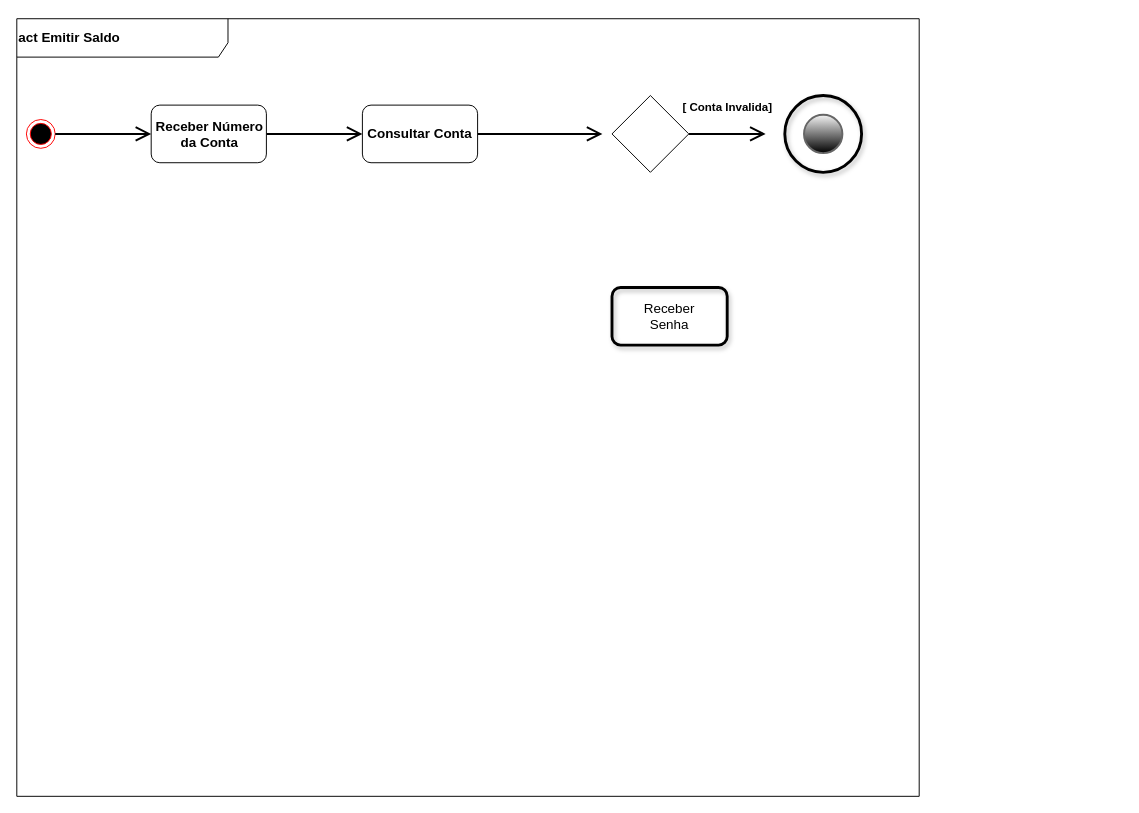
The draw.io diagram page "Página-2" (2 of 4) of Untitled Diagram.drawio in FcoCarlosBarbosaMartins/ModelagemDeSistemas_Daniel, before the edit. Source tidied: cells renumbered, new cells numbered last; positions are measured from the earlier drawing's top-left corner, leaving out a move shared by most shapes. Both pictures are drawn from the tidied source at 96%, with x=0, y=0 at pixel (16, 18).
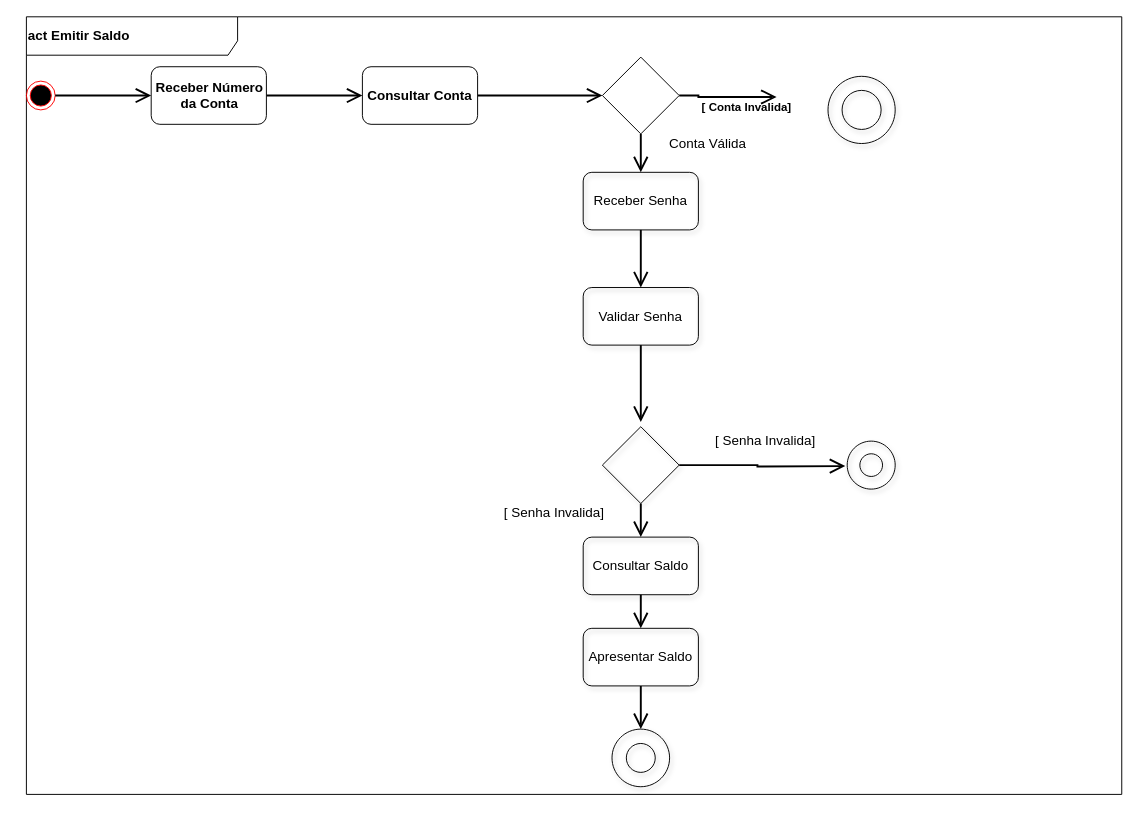
After the change.

Diff of the diagram source:
```diff
@@
-    <mxCell id="2" style="strokeWidth=3;html=1;shape=mxgraph.flowchart.start_2;whiteSpace=wrap;fillColor=none;fontSize=14;align=center;shadow=1;" parent="1" vertex="1">
-      <mxGeometry x="800" y="80" width="80" height="80" as="geometry" />
-    </mxCell>
     <mxCell id="3" value="act Emitir Saldo" style="shape=umlFrame;whiteSpace=wrap;html=1;strokeWidth=1;align=left;width=220;height=40;fontSize=14;fontStyle=1;" parent="1" vertex="1">
-      <mxGeometry width="940" height="810" as="geometry" />
+      <mxGeometry x="10" y="-2" width="1141" height="810" as="geometry" />
     </mxCell>
-    <mxCell id="4" style="edgeStyle=orthogonalEdgeStyle;rounded=0;jettySize=auto;html=1;startArrow=none;startFill=0;endArrow=open;endFill=0;strokeWidth=2;fontSize=14;endSize=12;" parent="1" edge="1" source="5">
-      <mxGeometry relative="1" as="geometry">
-        <mxPoint x="360" y="120" as="targetPoint" />
-      </mxGeometry>
+    <mxCell id="4" style="edgeStyle=orthogonalEdgeStyle;rounded=0;jettySize=auto;html=1;startArrow=none;startFill=0;endArrow=open;endFill=0;strokeWidth=2;fontSize=14;endSize=12;entryX=0;entryY=0.5;entryDx=0;entryDy=0;" parent="1" edge="1" source="5" target="7">
+      <mxGeometry relative="1" as="geometry" />
     </mxCell>
     <mxCell id="5" value="&lt;div style=&quot;text-align: center&quot;&gt;&lt;span&gt;Receber Número da Conta&lt;/span&gt;&lt;/div&gt;" style="rounded=1;whiteSpace=wrap;html=1;strokeWidth=1;fontSize=14;align=left;fontStyle=1;" parent="1" vertex="1">
-      <mxGeometry x="140" y="90" width="120" height="60" as="geometry" />
+      <mxGeometry x="140" y="50" width="120" height="60" as="geometry" />
     </mxCell>
     <mxCell id="6" style="edgeStyle=orthogonalEdgeStyle;rounded=0;jettySize=auto;html=1;startArrow=none;startFill=0;endArrow=open;endFill=0;endSize=12;strokeWidth=2;fontSize=14;" parent="1" edge="1" source="7">
       <mxGeometry relative="1" as="geometry">
-        <mxPoint x="610" y="120" as="targetPoint" />
+        <mxPoint x="610" y="80" as="targetPoint" />
       </mxGeometry>
     </mxCell>
     <mxCell id="7" value="&lt;div style=&quot;text-align: center&quot;&gt;&lt;span&gt;Consultar Conta&lt;/span&gt;&lt;/div&gt;" style="rounded=1;whiteSpace=wrap;html=1;strokeWidth=1;fontSize=14;align=center;fontStyle=1;" parent="1" vertex="1">
-      <mxGeometry x="360" y="90" width="120" height="60" as="geometry" />
+      <mxGeometry x="360" y="50" width="120" height="60" as="geometry" />
     </mxCell>
-    <mxCell id="8" style="edgeStyle=orthogonalEdgeStyle;rounded=0;jettySize=auto;html=1;startArrow=none;startFill=0;endArrow=open;endFill=0;endSize=12;strokeWidth=2;fontSize=14;" parent="1" edge="1" source="9">
-      <mxGeometry relative="1" as="geometry">
-        <mxPoint x="780" y="120" as="targetPoint" />
-      </mxGeometry>
+    <mxCell id="8" style="edgeStyle=orthogonalEdgeStyle;rounded=0;jettySize=auto;html=1;startArrow=none;startFill=0;endArrow=open;endFill=0;endSize=12;strokeWidth=2;fontSize=14;entryX=0.893;entryY=0.059;entryDx=0;entryDy=0;entryPerimeter=0;" parent="1" edge="1" source="9" target="14">
+      <mxGeometry relative="1" as="geometry" />
     </mxCell>
+    <mxCell id="16" style="edgeStyle=orthogonalEdgeStyle;rounded=0;jettySize=auto;html=1;startArrow=none;startFill=0;endArrow=open;endFill=0;endSize=12;strokeWidth=2;fontSize=14;" parent="1" edge="1" source="9" target="15">
+      <mxGeometry relative="1" as="geometry" />
+    </mxCell>
     <mxCell id="9" style="rhombus;whiteSpace=wrap;html=1;strokeWidth=1;fontSize=14;align=center;" parent="1" vertex="1">
-      <mxGeometry x="620" y="80" width="80" height="80" as="geometry" />
+      <mxGeometry x="610" y="40" width="80" height="80" as="geometry" />
     </mxCell>
     <mxCell id="10" style="ellipse;html=1;shape=endState;fillColor=#000000;strokeColor=#ff0000;fontSize=14;align=center;" parent="1" vertex="1">
-      <mxGeometry x="10" y="105" width="30" height="30" as="geometry" />
+      <mxGeometry x="10" y="65" width="30" height="30" as="geometry" />
     </mxCell>
-    <mxCell id="11" style="ellipse;html=1;shape=endState;fillColor=none;strokeColor=none;fontSize=14;align=center;" parent="1" vertex="1">
-      <mxGeometry x="170" y="105" width="30" height="30" as="geometry" />
-    </mxCell>
     <mxCell id="12" style="endArrow=open;endFill=1;endSize=12;html=1;strokeWidth=2;fontSize=14;" parent="1" edge="1">
       <mxGeometry relative="1" as="geometry">
-        <mxPoint x="40" y="120" as="sourcePoint" />
-        <mxPoint x="140" y="120" as="targetPoint" />
+        <mxPoint x="40" y="80" as="sourcePoint" />
+        <mxPoint x="140" y="80" as="targetPoint" />
       </mxGeometry>
     </mxCell>
-    <mxCell id="13" style="verticalLabelPosition=bottom;verticalAlign=top;html=1;strokeWidth=2;shape=mxgraph.flowchart.on-page_reference;fillColor=#f5f5f5;fontSize=14;align=center;gradientColor=#000000;strokeColor=#666666;" parent="1" vertex="1">
-      <mxGeometry x="820" y="100" width="40" height="40" as="geometry" />
-    </mxCell>
     <mxCell id="14" value="[ Conta Invalida]" style="text;align=center;fontStyle=1;verticalAlign=middle;spacingLeft=3;spacingRight=3;strokeColor=none;points=[[0,0.5],[1,0.5]];portConstraint=eastwest;shadow=1;fillColor=none;gradientColor=#000000;fontSize=12;html=1;" parent="1" vertex="1">
-      <mxGeometry x="700" y="80" width="80" height="26" as="geometry" />
+      <mxGeometry x="720" y="80" width="80" height="26" as="geometry" />
     </mxCell>
+    <mxCell id="17" style="edgeStyle=orthogonalEdgeStyle;rounded=0;jettySize=auto;html=1;startArrow=none;startFill=0;endArrow=open;endFill=0;endSize=12;strokeWidth=2;fontSize=14;" parent="1" edge="1" source="15" target="19">
+      <mxGeometry relative="1" as="geometry" />
+    </mxCell>
-    <mxCell id="15" value="Receber&lt;br style=&quot;font-size: 14px;&quot;&gt;Senha&lt;br style=&quot;font-size: 14px;&quot;&gt;" style="rounded=1;whiteSpace=wrap;html=1;shadow=1;strokeWidth=3;fillColor=none;gradientColor=#000000;fontSize=14;align=center;" parent="1" vertex="1">
-      <mxGeometry x="620" y="280" width="120" height="60" as="geometry" />
+    <mxCell id="15" value="Receber Senha&lt;br style=&quot;font-size: 14px&quot;&gt;" style="rounded=1;whiteSpace=wrap;html=1;shadow=1;strokeWidth=1;fillColor=none;gradientColor=#000000;fontSize=14;align=center;" parent="1" vertex="1">
+      <mxGeometry x="590" y="160" width="120" height="60" as="geometry" />
     </mxCell>
+    <mxCell id="18" style="edgeStyle=orthogonalEdgeStyle;rounded=0;jettySize=auto;html=1;startArrow=none;startFill=0;endArrow=open;endFill=0;endSize=12;strokeWidth=2;fontSize=14;" parent="1" edge="1" source="19">
+      <mxGeometry relative="1" as="geometry">
+        <mxPoint x="650" y="420" as="targetPoint" />
+      </mxGeometry>
+    </mxCell>
+    <mxCell id="19" value="Validar Senha&lt;br&gt;" style="rounded=1;whiteSpace=wrap;html=1;shadow=1;strokeWidth=1;fillColor=none;gradientColor=#000000;fontSize=14;align=center;" parent="1" vertex="1">
+      <mxGeometry x="590" y="280" width="120" height="60" as="geometry" />
+    </mxCell>
+    <mxCell id="20" style="edgeStyle=orthogonalEdgeStyle;rounded=0;jettySize=auto;html=1;startArrow=none;startFill=0;endArrow=open;endFill=0;endSize=12;strokeWidth=2;fontSize=14;" parent="1" edge="1" source="22" target="24">
+      <mxGeometry relative="1" as="geometry" />
+    </mxCell>
+    <mxCell id="21" style="edgeStyle=orthogonalEdgeStyle;rounded=0;jettySize=auto;html=1;startArrow=none;startFill=0;endArrow=open;endFill=0;endSize=12;strokeWidth=2;fontSize=14;" parent="1" edge="1" source="22">
+      <mxGeometry relative="1" as="geometry">
+        <mxPoint x="863" y="466" as="targetPoint" />
+      </mxGeometry>
+    </mxCell>
+    <mxCell id="22" style="rhombus;whiteSpace=wrap;html=1;shadow=1;strokeWidth=1;fillColor=none;gradientColor=#000000;fontSize=14;align=center;" parent="1" vertex="1">
+      <mxGeometry x="610" y="425" width="80" height="80" as="geometry" />
+    </mxCell>
+    <mxCell id="23" style="edgeStyle=orthogonalEdgeStyle;rounded=0;jettySize=auto;html=1;startArrow=none;startFill=0;endArrow=open;endFill=0;endSize=12;strokeWidth=2;fontSize=14;" parent="1" edge="1" source="24" target="26">
+      <mxGeometry relative="1" as="geometry" />
+    </mxCell>
+    <mxCell id="24" value="Consultar Saldo" style="rounded=1;whiteSpace=wrap;html=1;shadow=1;strokeWidth=1;fillColor=none;gradientColor=#000000;fontSize=14;align=center;" parent="1" vertex="1">
+      <mxGeometry x="590" y="540" width="120" height="60" as="geometry" />
+    </mxCell>
+    <mxCell id="25" style="edgeStyle=orthogonalEdgeStyle;rounded=0;jettySize=auto;html=1;startArrow=none;startFill=0;endArrow=open;endFill=0;endSize=12;strokeWidth=2;fontSize=14;" parent="1" edge="1" source="26" target="29">
+      <mxGeometry relative="1" as="geometry" />
+    </mxCell>
+    <mxCell id="26" value="Apresentar Saldo" style="rounded=1;whiteSpace=wrap;html=1;shadow=1;strokeWidth=1;fillColor=none;gradientColor=#000000;fontSize=14;align=center;" parent="1" vertex="1">
+      <mxGeometry x="590" y="635" width="120" height="60" as="geometry" />
+    </mxCell>
+    <mxCell id="27" style="verticalLabelPosition=bottom;verticalAlign=top;html=1;shape=mxgraph.basic.donut;dx=14.65;shadow=1;strokeWidth=1;fontSize=14;align=center;fillColor=none;" parent="1" vertex="1">
+      <mxGeometry x="845" y="60" width="70" height="70" as="geometry" />
+    </mxCell>
+    <mxCell id="28" style="verticalLabelPosition=bottom;verticalAlign=top;html=1;shape=mxgraph.basic.donut;dx=13.18;shadow=1;strokeColor=#000000;strokeWidth=1;fillColor=none;gradientColor=#ffffff;fontSize=14;align=center;" parent="1" vertex="1">
+      <mxGeometry x="865" y="440" width="50" height="50" as="geometry" />
+    </mxCell>
+    <mxCell id="29" style="verticalLabelPosition=bottom;verticalAlign=top;html=1;shape=mxgraph.basic.donut;dx=14.94;shadow=1;strokeColor=#000000;strokeWidth=1;fillColor=none;gradientColor=#ffffff;fontSize=14;align=center;direction=west;" parent="1" vertex="1">
+      <mxGeometry x="620" y="740" width="60" height="60" as="geometry" />
+    </mxCell>
+    <mxCell id="30" value="Conta Válida" style="text;html=1;strokeColor=none;fillColor=none;align=center;verticalAlign=middle;whiteSpace=wrap;rounded=0;shadow=1;fontSize=14;" parent="1" vertex="1">
+      <mxGeometry x="670" y="120" width="100" height="20" as="geometry" />
+    </mxCell>
+    <mxCell id="31" value="[ Senha Invalida]" style="text;html=1;strokeColor=none;fillColor=none;align=center;verticalAlign=middle;whiteSpace=wrap;rounded=0;shadow=1;fontSize=14;" parent="1" vertex="1">
+      <mxGeometry x="710" y="430" width="140" height="20" as="geometry" />
+    </mxCell>
+    <mxCell id="32" value="[ Senha Invalida]" style="text;html=1;strokeColor=none;fillColor=none;align=center;verticalAlign=middle;whiteSpace=wrap;rounded=0;shadow=1;fontSize=14;" parent="1" vertex="1">
+      <mxGeometry x="490" y="505" width="140" height="20" as="geometry" />
+    </mxCell>
```
